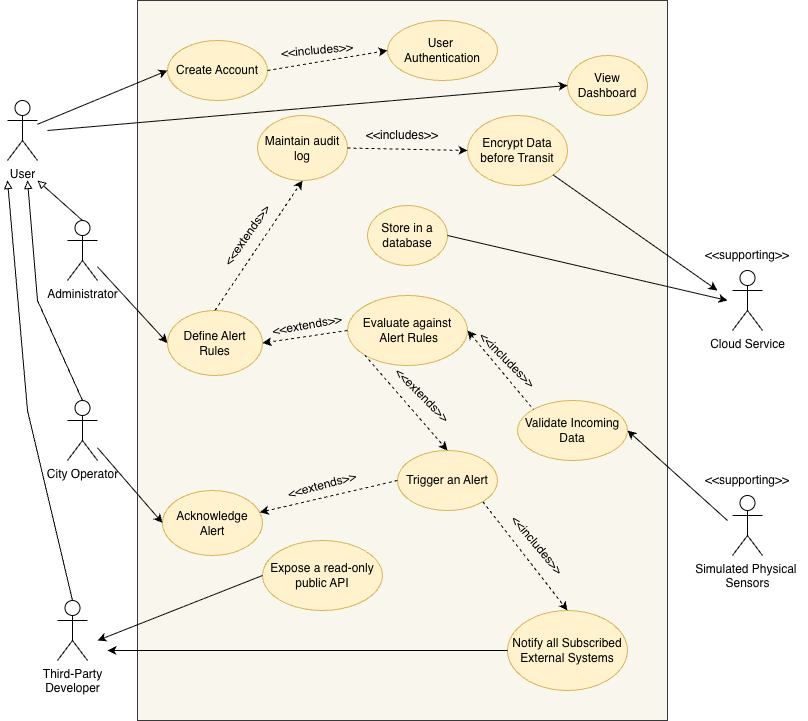
This is deliverable 1/3A_D1_Q3.png from rv810/3A04-T02-Team3, a draw.io export, as it was before one commit. Source tidied: cells renumbered, new cells last; positions are measured from the earlier drawing's top-left corner, leaving out a move shared by most shapes.
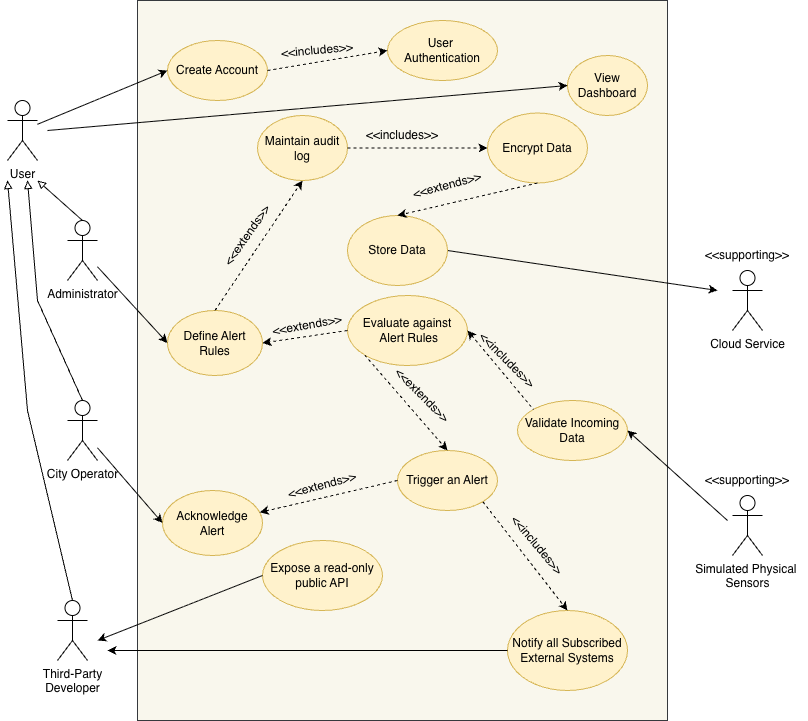
After the commit.

Commit message:
modified use case

What changed in the source:
```diff
@@ -42,9 +42,6 @@
     <mxCell id="12" value="Validate Incoming Data" style="ellipse;whiteSpace=wrap;html=1;fillColor=#fff2cc;strokeColor=#d6b656;" parent="1" vertex="1">
       <mxGeometry x="510" y="400" width="110" height="60" as="geometry" />
     </mxCell>
-    <mxCell id="13" value="Store in a database" style="ellipse;whiteSpace=wrap;html=1;fillColor=#fff2cc;strokeColor=#d6b656;" parent="1" vertex="1">
-      <mxGeometry x="360" y="205" width="80" height="60" as="geometry" />
-    </mxCell>
     <mxCell id="14" value="Define Alert Rules" style="ellipse;whiteSpace=wrap;html=1;fillColor=#fff2cc;strokeColor=#d6b656;" parent="1" vertex="1">
       <mxGeometry x="160" y="310" width="95" height="65" as="geometry" />
     </mxCell>
@@ -63,8 +60,8 @@
     <mxCell id="19" value="User&amp;nbsp;&lt;div&gt;Authentication&lt;/div&gt;" style="ellipse;whiteSpace=wrap;html=1;fillColor=#fff2cc;strokeColor=#d6b656;" parent="1" vertex="1">
       <mxGeometry x="380" y="20" width="110" height="60" as="geometry" />
     </mxCell>
-    <mxCell id="20" value="Encrypt Data before Transit" style="ellipse;whiteSpace=wrap;html=1;fillColor=#fff2cc;strokeColor=#d6b656;" parent="1" vertex="1">
-      <mxGeometry x="460" y="115" width="100" height="70" as="geometry" />
+    <mxCell id="20" value="Encrypt Data" style="ellipse;whiteSpace=wrap;html=1;fillColor=#fff2cc;strokeColor=#d6b656;" parent="1" vertex="1">
+      <mxGeometry x="480" y="112.5" width="100" height="70" as="geometry" />
     </mxCell>
     <mxCell id="21" value="Expose a read-only public API" style="ellipse;whiteSpace=wrap;html=1;fillColor=#fff2cc;strokeColor=#d6b656;" parent="1" vertex="1">
       <mxGeometry x="255" y="540" width="120" height="70" as="geometry" />
@@ -145,7 +142,7 @@
     <mxCell id="42" value="&amp;lt;&amp;lt;extends&amp;gt;&amp;gt;" style="text;html=1;whiteSpace=wrap;strokeColor=none;fillColor=none;align=center;verticalAlign=middle;rounded=0;rotation=-15;" parent="1" vertex="1">
       <mxGeometry x="285" y="470" width="60" height="30" as="geometry" />
     </mxCell>
-    <mxCell id="43" style="endArrow=classic;html=1;rounded=0;exitX=1;exitY=1;exitDx=0;exitDy=0;" parent="1" edge="1" source="20">
+    <mxCell id="43" style="endArrow=classic;html=1;rounded=0;exitX=1;exitY=0.5;exitDx=0;exitDy=0;" parent="1" edge="1" source="53">
       <mxGeometry relative="1" as="geometry">
         <mxPoint x="710" y="290" as="targetPoint" />
       </mxGeometry>
@@ -156,11 +153,6 @@
     <mxCell id="45" value="&amp;lt;&amp;lt;supporting&amp;gt;&amp;gt;" style="text;html=1;whiteSpace=wrap;strokeColor=none;fillColor=none;align=center;verticalAlign=middle;rounded=0;" parent="1" vertex="1">
       <mxGeometry x="680" y="240" width="120" height="30" as="geometry" />
     </mxCell>
-    <mxCell id="46" style="endArrow=classic;html=1;rounded=0;exitX=1;exitY=0.5;exitDx=0;exitDy=0;" parent="1" edge="1" source="13">
-      <mxGeometry relative="1" as="geometry">
-        <mxPoint x="720" y="300" as="targetPoint" />
-      </mxGeometry>
-    </mxCell>
     <mxCell id="47" style="endArrow=classic;html=1;rounded=0;exitX=0.5;exitY=0;exitDx=0;exitDy=0;entryX=0.5;entryY=1;entryDx=0;entryDy=0;dashed=1;" parent="1" edge="1" source="14" target="17">
       <mxGeometry relative="1" as="geometry" />
     </mxCell>
@@ -181,5 +173,14 @@
     <mxCell id="52" value="&amp;lt;&amp;lt;includes&amp;gt;&amp;gt;" style="text;html=1;whiteSpace=wrap;strokeColor=none;fillColor=none;align=center;verticalAlign=middle;rounded=0;rotation=0;" parent="1" vertex="1">
       <mxGeometry x="365" y="120" width="60" height="30" as="geometry" />
     </mxCell>
+    <mxCell id="53" value="Store Data" style="ellipse;whiteSpace=wrap;html=1;fillColor=#fff2cc;strokeColor=#d6b656;" parent="1" vertex="1">
+      <mxGeometry x="340" y="215" width="100" height="70" as="geometry" />
+    </mxCell>
+    <mxCell id="54" style="endArrow=classic;html=1;rounded=0;exitX=0.5;exitY=1;exitDx=0;exitDy=0;entryX=0.5;entryY=0;entryDx=0;entryDy=0;dashed=1;" parent="1" edge="1" source="20" target="53">
+      <mxGeometry relative="1" as="geometry" />
+    </mxCell>
+    <mxCell id="55" value="&amp;lt;&amp;lt;extends&amp;gt;&amp;gt;" style="text;html=1;whiteSpace=wrap;strokeColor=none;fillColor=none;align=center;verticalAlign=middle;rounded=0;rotation=-15;" parent="1" vertex="1">
+      <mxGeometry x="410" y="170" width="60" height="30" as="geometry" />
+    </mxCell>
   </root>
 </mxGraphModel>
```
